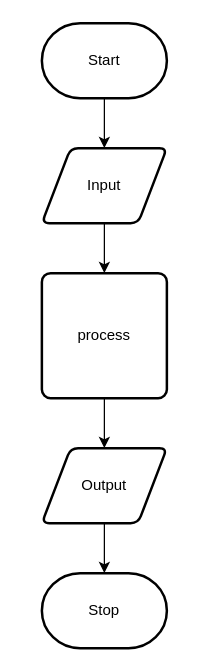
This is design/flow-chart.drawio from sam-corbett/ICS2O-Unit3-03-JS, a draw.io file, before an edit. Source tidied: cells renumbered, new cells numbered last; positions are measured from the earlier drawing's top-left corner, leaving out a move shared by most shapes. Both pictures are drawn from the tidied source at 125%, with x=0, y=0 at pixel (41, 22).
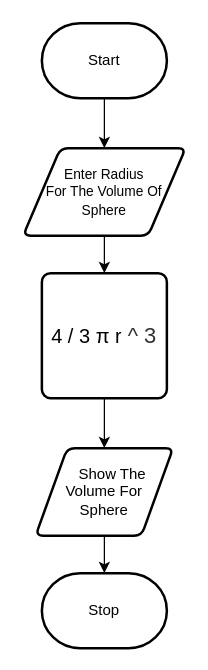
The same diagram, later.

Change to the diagram source:
```diff
@@
 <mxGraphModel>
   <root>
     <mxCell id="0" />
     <mxCell id="1" parent="0" />
-    <mxCell id="2" style="edgeStyle=none;html=1;" parent="1" edge="1" source="3" target="5">
-      <mxGeometry relative="1" as="geometry" />
-    </mxCell>
+    <mxCell id="11" style="edgeStyle=none;html=1;" parent="1" edge="1" source="3" target="13">
+      <mxGeometry relative="1" as="geometry" />
+    </mxCell>
     <mxCell id="3" value="Start" style="strokeWidth=2;html=1;shape=mxgraph.flowchart.terminator;whiteSpace=wrap;" parent="1" vertex="1">
       <mxGeometry width="100" height="60" as="geometry" />
     </mxCell>
-    <mxCell id="4" style="edgeStyle=none;html=1;" parent="1" edge="1" source="5" target="7">
-      <mxGeometry relative="1" as="geometry" />
-    </mxCell>
-    <mxCell id="5" value="Input" style="shape=parallelogram;html=1;strokeWidth=2;perimeter=parallelogramPerimeter;whiteSpace=wrap;rounded=1;arcSize=12;size=0.23;" parent="1" vertex="1">
-      <mxGeometry y="100" width="100" height="60" as="geometry" />
-    </mxCell>
-    <mxCell id="6" style="edgeStyle=none;html=1;" parent="1" edge="1" source="7" target="9">
-      <mxGeometry relative="1" as="geometry" />
-    </mxCell>
-    <mxCell id="7" value="process" style="rounded=1;whiteSpace=wrap;html=1;absoluteArcSize=1;arcSize=14;strokeWidth=2;" parent="1" vertex="1">
-      <mxGeometry y="200" width="100" height="100" as="geometry" />
-    </mxCell>
-    <mxCell id="8" style="edgeStyle=none;html=1;" parent="1" edge="1" source="9" target="10">
-      <mxGeometry relative="1" as="geometry" />
-    </mxCell>
-    <mxCell id="9" value="Output" style="shape=parallelogram;html=1;strokeWidth=2;perimeter=parallelogramPerimeter;whiteSpace=wrap;rounded=1;arcSize=12;size=0.23;" parent="1" vertex="1">
-      <mxGeometry y="340" width="100" height="60" as="geometry" />
-    </mxCell>
+    <mxCell id="12" style="edgeStyle=none;html=1;" parent="1" edge="1" source="13" target="15">
+      <mxGeometry relative="1" as="geometry" />
+    </mxCell>
+    <mxCell id="13" value="&lt;font style=&quot;font-size: 11px&quot;&gt;Enter Radius&lt;br&gt;For The Volume Of Sphere&lt;/font&gt;" style="shape=parallelogram;html=1;strokeWidth=2;perimeter=parallelogramPerimeter;whiteSpace=wrap;rounded=1;arcSize=12;size=0.23;" parent="1" vertex="1">
+      <mxGeometry x="-15" y="100" width="130" height="70" as="geometry" />
+    </mxCell>
+    <mxCell id="14" style="edgeStyle=none;html=1;" parent="1" edge="1" source="15" target="17">
+      <mxGeometry relative="1" as="geometry" />
+    </mxCell>
+    <mxCell id="15" value="&lt;span style=&quot;font-size: 16px&quot;&gt;4 / 3 π r&lt;/span&gt;&lt;font color=&quot;#333333&quot; face=&quot;Arial, sans-serif&quot;&gt;&lt;span style=&quot;font-size: 17.568px ; background-color: rgb(255 , 255 , 255)&quot;&gt;&amp;nbsp;^ 3&lt;/span&gt;&lt;/font&gt;" style="rounded=1;whiteSpace=wrap;html=1;absoluteArcSize=1;arcSize=14;strokeWidth=2;" parent="1" vertex="1">
+      <mxGeometry y="200" width="100" height="100" as="geometry" />
+    </mxCell>
+    <mxCell id="16" style="edgeStyle=none;html=1;" parent="1" edge="1" source="17" target="10">
+      <mxGeometry relative="1" as="geometry" />
+    </mxCell>
+    <mxCell id="17" value="&amp;nbsp; &amp;nbsp; Show The Volume For &lt;br&gt;Sphere" style="shape=parallelogram;html=1;strokeWidth=2;perimeter=parallelogramPerimeter;whiteSpace=wrap;rounded=1;arcSize=12;size=0.23;" parent="1" vertex="1">
+      <mxGeometry x="-5" y="340" width="110" height="70" as="geometry" />
+    </mxCell>
     <mxCell id="10" value="Stop" style="strokeWidth=2;html=1;shape=mxgraph.flowchart.terminator;whiteSpace=wrap;" parent="1" vertex="1">
       <mxGeometry y="440" width="100" height="60" as="geometry" />
     </mxCell>
   </root>
 </mxGraphModel>
```
